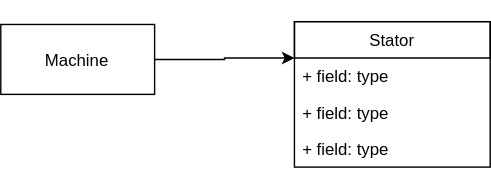
The draw.io diagram Untitled Diagram.svg in ajpina/uffema, before a commit. Source tidied: cells renumbered, new cells last; positions are measured from the earlier drawing's top-left corner, leaving out a move shared by most shapes.
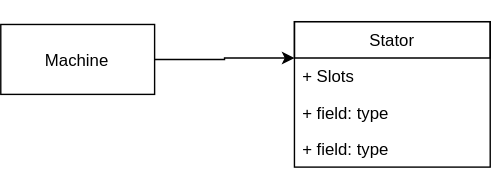
The same diagram one commit later.

The edit, as a diff of the source:
```diff
@@ -5,7 +5,7 @@
     <mxCell id="2" value="Stator" style="swimlane;fontStyle=0;horizontal=1;startSize=26;fillColor=none;swimlaneFillColor=#ffffff;" parent="1" vertex="1">
       <mxGeometry x="210" y="8" width="140" height="104" as="geometry" />
     </mxCell>
-    <mxCell id="3" value="+ field: type" style="text;strokeColor=none;fillColor=none;align=left;verticalAlign=top;spacingLeft=4;spacingRight=4;overflow=hidden;" parent="2" vertex="1">
+    <mxCell id="3" value="+ Slots" style="text;strokeColor=none;fillColor=none;align=left;verticalAlign=top;spacingLeft=4;spacingRight=4;overflow=hidden;" parent="2" vertex="1">
       <mxGeometry y="26" width="140" height="26" as="geometry" />
     </mxCell>
     <mxCell id="4" value="+ field: type" style="text;strokeColor=none;fillColor=none;align=left;verticalAlign=top;spacingLeft=4;spacingRight=4;overflow=hidden;" parent="2" vertex="1">
```
